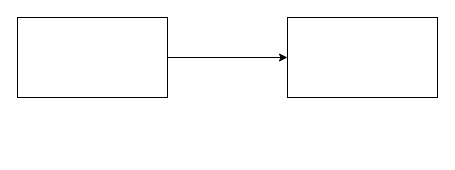
Before: Untitled Diagram.drawio in SujayParkhe/draw.io, a draw.io diagram. Source tidied: cells renumbered, new cells numbered last; positions are measured from the earlier drawing's top-left corner, leaving out a move shared by most shapes. Both pictures are drawn from the tidied source at 100%, with x=0, y=0 at pixel (17, 17).
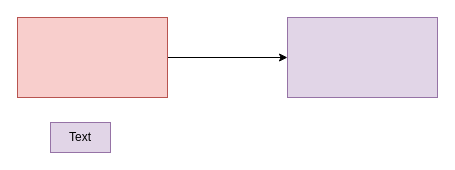
After the change.

What changed in the source:
```diff
@@
 <mxGraphModel>
   <root>
     <mxCell id="0" />
     <mxCell id="1" parent="0" />
     <mxCell id="2" style="edgeStyle=orthogonalEdgeStyle;rounded=0;jettySize=auto;html=1;exitX=1;exitY=0.5;exitDx=0;exitDy=0;entryX=0;entryY=0.5;entryDx=0;entryDy=0;" parent="1" edge="1" source="3" target="4">
       <mxGeometry relative="1" as="geometry" />
     </mxCell>
-    <mxCell id="3" style="rounded=0;whiteSpace=wrap;html=1;" parent="1" vertex="1">
+    <mxCell id="3" style="rounded=0;whiteSpace=wrap;html=1;fillColor=#f8cecc;strokeColor=#b85450;" parent="1" vertex="1">
       <mxGeometry width="150" height="80" as="geometry" />
     </mxCell>
-    <mxCell id="4" style="rounded=0;whiteSpace=wrap;html=1;" parent="1" vertex="1">
+    <mxCell id="4" style="rounded=0;whiteSpace=wrap;html=1;fillColor=#e1d5e7;strokeColor=#9673a6;" parent="1" vertex="1">
       <mxGeometry x="270" width="150" height="80" as="geometry" />
     </mxCell>
+    <mxCell id="5" value="Text" style="text;html=1;strokeColor=#9673a6;fillColor=#e1d5e7;align=center;verticalAlign=middle;whiteSpace=wrap;rounded=0;" parent="1" vertex="1">
+      <mxGeometry x="33" y="105" width="60" height="30" as="geometry" />
+    </mxCell>
   </root>
 </mxGraphModel>
```
